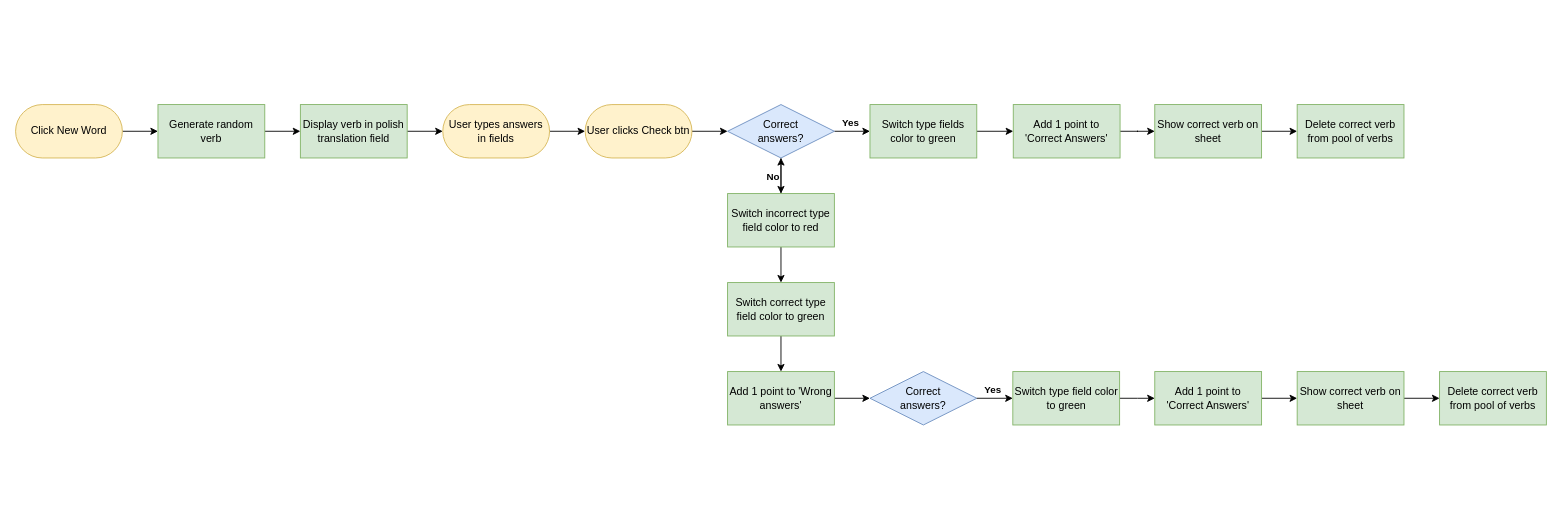
This is Irregular Verbs flowchart.drawio from danielkuciej/irregular-verbs, a draw.io file, before an edit. Source tidied: cells renumbered, new cells numbered last; positions are measured from the earlier drawing's top-left corner, leaving out a move shared by most shapes. Both pictures are drawn from the tidied source at 89%, with x=0, y=0 at pixel (15, 104).
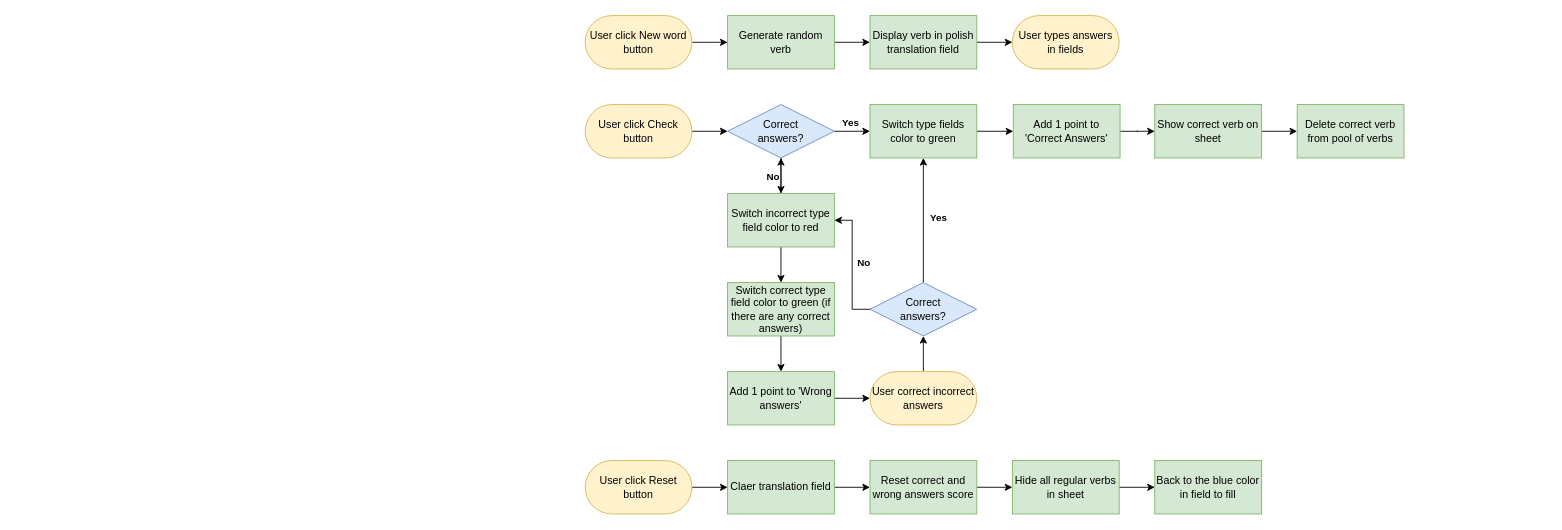
Above is the later version.

Commit message:
Finish Irregular Verbs flowchart

Unchanged cells that the change refers to:
```xml
<mxCell id="16" value="Switch type fields color to green" style="rounded=0;whiteSpace=wrap;html=1;fillColor=#d5e8d4;strokeColor=#82b366;" parent="1" vertex="1">
  <mxGeometry x="960" width="120" height="60" as="geometry" />
</mxCell>
<mxCell id="20" value="Switch incorrect type field color to red" style="rounded=0;whiteSpace=wrap;html=1;fillColor=#d5e8d4;strokeColor=#82b366;" parent="1" vertex="1">
  <mxGeometry x="800" y="100" width="120" height="60" as="geometry" />
</mxCell>
<mxCell id="26" value="Add 1 point to 'Wrong answers'" style="rounded=0;whiteSpace=wrap;html=1;fillColor=#d5e8d4;strokeColor=#82b366;" parent="1" vertex="1">
  <mxGeometry x="800" y="300" width="120" height="60" as="geometry" />
</mxCell>
```

Diff of the diagram source:
```diff
@@
-    <mxCell id="3" value="Click New Word" style="rounded=1;whiteSpace=wrap;html=1;arcSize=50;fillColor=#fff2cc;strokeColor=#d6b656;" parent="1" vertex="1">
-      <mxGeometry width="120" height="60" as="geometry" />
+    <mxCell id="3" value="User click New word button" style="rounded=1;whiteSpace=wrap;html=1;arcSize=50;fillColor=#fff2cc;strokeColor=#d6b656;" parent="1" vertex="1">
+      <mxGeometry x="640" y="-100" width="120" height="60" as="geometry" />
     </mxCell>
@@
     <mxCell id="5" value="Generate random verb" style="rounded=0;whiteSpace=wrap;html=1;fillColor=#d5e8d4;strokeColor=#82b366;" parent="1" vertex="1">
-      <mxGeometry x="160" width="120" height="60" as="geometry" />
+      <mxGeometry x="800" y="-100" width="120" height="60" as="geometry" />
     </mxCell>
-    <mxCell id="6" style="edgeStyle=orthogonalEdgeStyle;rounded=0;jettySize=auto;html=1;exitX=1;exitY=0.5;exitDx=0;exitDy=0;" parent="1" edge="1" source="7" target="9">
-      <mxGeometry relative="1" as="geometry" />
-    </mxCell>
     <mxCell id="7" value="User types answers in fields" style="rounded=1;whiteSpace=wrap;html=1;arcSize=50;fillColor=#fff2cc;strokeColor=#d6b656;" parent="1" vertex="1">
-      <mxGeometry x="480" width="120" height="60" as="geometry" />
+      <mxGeometry x="1120" y="-100" width="120" height="60" as="geometry" />
     </mxCell>
@@
-    <mxCell id="9" value="User clicks Check btn" style="rounded=1;whiteSpace=wrap;html=1;arcSize=50;fillColor=#fff2cc;strokeColor=#d6b656;" parent="1" vertex="1">
+    <mxCell id="9" value="User click Check button" style="rounded=1;whiteSpace=wrap;html=1;arcSize=50;fillColor=#fff2cc;strokeColor=#d6b656;" parent="1" vertex="1">
       <mxGeometry x="640" width="120" height="60" as="geometry" />
     </mxCell>
@@
     <mxCell id="24" value="Display verb in polish translation field" style="rounded=0;whiteSpace=wrap;html=1;fillColor=#d5e8d4;strokeColor=#82b366;" parent="1" vertex="1">
-      <mxGeometry x="320" width="120" height="60" as="geometry" />
+      <mxGeometry x="960" y="-100" width="120" height="60" as="geometry" />
     </mxCell>
-    <mxCell id="25" style="edgeStyle=orthogonalEdgeStyle;rounded=0;jettySize=auto;html=1;exitX=1;exitY=0.5;exitDx=0;exitDy=0;entryX=0;entryY=0.5;entryDx=0;entryDy=0;" parent="1" edge="1" source="26" target="29">
-      <mxGeometry relative="1" as="geometry" />
-    </mxCell>
+    <mxCell id="42" style="edgeStyle=orthogonalEdgeStyle;rounded=0;jettySize=auto;html=1;exitX=1;exitY=0.5;exitDx=0;exitDy=0;entryX=0;entryY=0.5;entryDx=0;entryDy=0;" parent="1" edge="1" source="26" target="55">
+      <mxGeometry relative="1" as="geometry" />
+    </mxCell>
@@
-    <mxCell id="28" value="Switch correct type field color to green" style="rounded=0;whiteSpace=wrap;html=1;fillColor=#d5e8d4;strokeColor=#82b366;" parent="1" vertex="1">
+    <mxCell id="28" value="Switch correct type field color to green (if there are any correct answers)" style="rounded=0;whiteSpace=wrap;html=1;fillColor=#d5e8d4;strokeColor=#82b366;" parent="1" vertex="1">
       <mxGeometry x="800" y="200" width="120" height="60" as="geometry" />
     </mxCell>
+    <mxCell id="43" style="edgeStyle=orthogonalEdgeStyle;rounded=0;jettySize=auto;html=1;exitX=0.5;exitY=0;exitDx=0;exitDy=0;entryX=0.5;entryY=1;entryDx=0;entryDy=0;" parent="1" edge="1" source="29" target="16">
+      <mxGeometry relative="1" as="geometry" />
+    </mxCell>
+    <mxCell id="44" style="edgeStyle=orthogonalEdgeStyle;rounded=0;jettySize=auto;html=1;exitX=0;exitY=0.5;exitDx=0;exitDy=0;entryX=1;entryY=0.5;entryDx=0;entryDy=0;" parent="1" edge="1" source="29" target="20">
+      <mxGeometry relative="1" as="geometry" />
+    </mxCell>
     <mxCell id="29" value="Correct&lt;div&gt;answers?&lt;/div&gt;" style="rhombus;whiteSpace=wrap;html=1;fillColor=#dae8fc;strokeColor=#6c8ebf;" parent="1" vertex="1">
-      <mxGeometry x="960" y="300" width="120" height="60" as="geometry" />
+      <mxGeometry x="960" y="200" width="120" height="60" as="geometry" />
     </mxCell>
-    <mxCell id="30" style="edgeStyle=orthogonalEdgeStyle;rounded=0;jettySize=auto;html=1;entryX=0;entryY=0.5;entryDx=0;entryDy=0;exitX=1;exitY=0.5;exitDx=0;exitDy=0;" parent="1" edge="1" source="29" target="33">
-      <mxGeometry relative="1" as="geometry" />
-    </mxCell>
-    <mxCell id="31" value="Yes" style="edgeLabel;html=1;align=center;verticalAlign=middle;fontStyle=1;" parent="30" vertex="1">
-      <mxGeometry x="-0.17" relative="1" as="geometry">
-        <mxPoint y="-10" as="offset" />
-      </mxGeometry>
-    </mxCell>
-    <mxCell id="32" style="edgeStyle=orthogonalEdgeStyle;rounded=0;jettySize=auto;html=1;exitX=1;exitY=0.5;exitDx=0;exitDy=0;" parent="1" edge="1" source="33" target="35">
-      <mxGeometry relative="1" as="geometry" />
-    </mxCell>
-    <mxCell id="33" value="Switch type field color to green" style="rounded=0;whiteSpace=wrap;html=1;fillColor=#d5e8d4;strokeColor=#82b366;" parent="1" vertex="1">
-      <mxGeometry x="1120.5" y="300" width="120" height="60" as="geometry" />
-    </mxCell>
-    <mxCell id="34" style="edgeStyle=orthogonalEdgeStyle;rounded=0;jettySize=auto;html=1;exitX=1;exitY=0.5;exitDx=0;exitDy=0;entryX=0;entryY=0.5;entryDx=0;entryDy=0;" parent="1" edge="1" source="35" target="40">
-      <mxGeometry relative="1" as="geometry" />
-    </mxCell>
-    <mxCell id="35" value="Add 1 point to 'Correct Answers'" style="rounded=0;whiteSpace=wrap;html=1;fillColor=#d5e8d4;strokeColor=#82b366;" parent="1" vertex="1">
-      <mxGeometry x="1280" y="300" width="120" height="60" as="geometry" />
-    </mxCell>
@@
-    <mxCell id="39" style="edgeStyle=orthogonalEdgeStyle;rounded=0;jettySize=auto;html=1;exitX=1;exitY=0.5;exitDx=0;exitDy=0;" parent="1" edge="1" source="40" target="41">
-      <mxGeometry relative="1" as="geometry" />
-    </mxCell>
-    <mxCell id="40" value="Show correct verb on sheet" style="rounded=0;whiteSpace=wrap;html=1;fillColor=#d5e8d4;strokeColor=#82b366;" parent="1" vertex="1">
-      <mxGeometry x="1440" y="300" width="120" height="60" as="geometry" />
-    </mxCell>
-    <mxCell id="41" value="Delete correct verb from pool of verbs" style="rounded=0;whiteSpace=wrap;html=1;fillColor=#d5e8d4;strokeColor=#82b366;" parent="1" vertex="1">
-      <mxGeometry x="1600" y="300" width="120" height="60" as="geometry" />
-    </mxCell>
+    <mxCell id="45" style="edgeStyle=orthogonalEdgeStyle;rounded=0;jettySize=auto;html=1;exitX=1;exitY=0.5;exitDx=0;exitDy=0;entryX=0;entryY=0.5;entryDx=0;entryDy=0;" parent="1" edge="1" source="46" target="48">
+      <mxGeometry relative="1" as="geometry" />
+    </mxCell>
+    <mxCell id="46" value="User click Reset button" style="rounded=1;whiteSpace=wrap;html=1;arcSize=50;fillColor=#fff2cc;strokeColor=#d6b656;" parent="1" vertex="1">
+      <mxGeometry x="640" y="400" width="120" height="60" as="geometry" />
+    </mxCell>
+    <mxCell id="47" style="edgeStyle=orthogonalEdgeStyle;rounded=0;jettySize=auto;html=1;exitX=1;exitY=0.5;exitDx=0;exitDy=0;entryX=0;entryY=0.5;entryDx=0;entryDy=0;" parent="1" edge="1" source="48" target="50">
+      <mxGeometry relative="1" as="geometry" />
+    </mxCell>
+    <mxCell id="48" value="Claer translation field" style="rounded=0;whiteSpace=wrap;html=1;fillColor=#d5e8d4;strokeColor=#82b366;" parent="1" vertex="1">
+      <mxGeometry x="800" y="400" width="120" height="60" as="geometry" />
+    </mxCell>
+    <mxCell id="49" style="edgeStyle=orthogonalEdgeStyle;rounded=0;jettySize=auto;html=1;exitX=1;exitY=0.5;exitDx=0;exitDy=0;entryX=0;entryY=0.5;entryDx=0;entryDy=0;" parent="1" edge="1" source="50" target="52">
+      <mxGeometry relative="1" as="geometry" />
+    </mxCell>
+    <mxCell id="50" value="Reset correct and wrong answers score" style="rounded=0;whiteSpace=wrap;html=1;fillColor=#d5e8d4;strokeColor=#82b366;" parent="1" vertex="1">
+      <mxGeometry x="960" y="400" width="120" height="60" as="geometry" />
+    </mxCell>
+    <mxCell id="51" style="edgeStyle=orthogonalEdgeStyle;rounded=0;jettySize=auto;html=1;exitX=1;exitY=0.5;exitDx=0;exitDy=0;entryX=0;entryY=0.5;entryDx=0;entryDy=0;" parent="1" edge="1" source="52" target="53">
+      <mxGeometry relative="1" as="geometry" />
+    </mxCell>
+    <mxCell id="52" value="Hide all regular verbs in sheet" style="rounded=0;whiteSpace=wrap;html=1;fillColor=#d5e8d4;strokeColor=#82b366;" parent="1" vertex="1">
+      <mxGeometry x="1120" y="400" width="120" height="60" as="geometry" />
+    </mxCell>
+    <mxCell id="53" value="Back to the blue color in field to fill" style="rounded=0;whiteSpace=wrap;html=1;fillColor=#d5e8d4;strokeColor=#82b366;" parent="1" vertex="1">
+      <mxGeometry x="1280" y="400" width="120" height="60" as="geometry" />
+    </mxCell>
+    <mxCell id="54" style="edgeStyle=orthogonalEdgeStyle;rounded=0;jettySize=auto;html=1;exitX=0.5;exitY=0;exitDx=0;exitDy=0;entryX=0.5;entryY=1;entryDx=0;entryDy=0;" parent="1" edge="1" source="55" target="29">
+      <mxGeometry relative="1" as="geometry" />
+    </mxCell>
+    <mxCell id="55" value="User correct incorrect answers" style="rounded=1;whiteSpace=wrap;html=1;arcSize=50;fillColor=#fff2cc;strokeColor=#d6b656;" parent="1" vertex="1">
+      <mxGeometry x="960" y="300" width="120" height="60" as="geometry" />
+    </mxCell>
+    <mxCell id="31" value="Yes" style="edgeLabel;html=1;align=center;verticalAlign=middle;fontStyle=1;" parent="1" vertex="1">
+      <mxGeometry x="1040" y="100" as="geometry">
+        <mxPoint x="-4" y="26" as="offset" />
+      </mxGeometry>
+    </mxCell>
+    <mxCell id="56" value="No" style="edgeLabel;html=1;align=center;verticalAlign=middle;fontStyle=1;" parent="1" vertex="1">
+      <mxGeometry x="840" y="170" as="geometry">
+        <mxPoint x="112" y="7" as="offset" />
+      </mxGeometry>
+    </mxCell>
```
